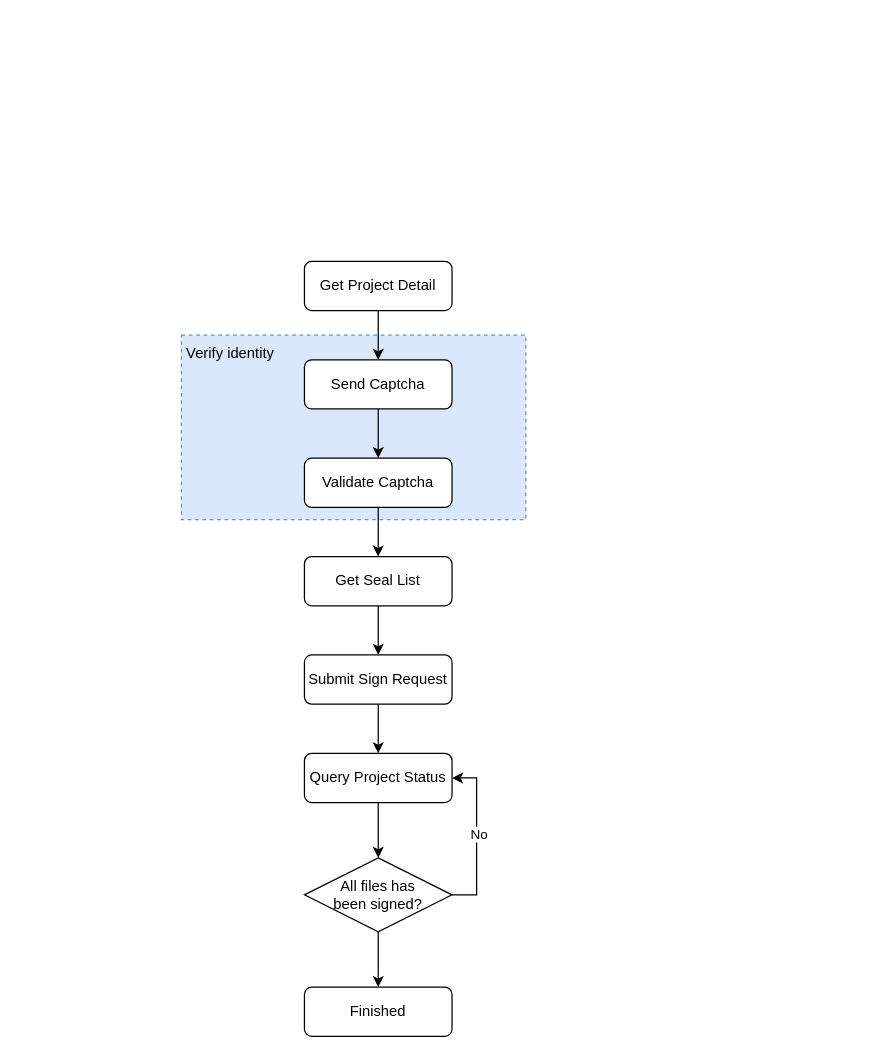
The draw.io diagram sign_flow_2.drawio in fast-dev/fast-dev.github.io, before the edit. Source tidied: cells renumbered, new cells numbered last; positions are measured from the earlier drawing's top-left corner, leaving out a move shared by most shapes. Both pictures are drawn from the tidied source at 123%, with x=0, y=0 at pixel (169, 261).
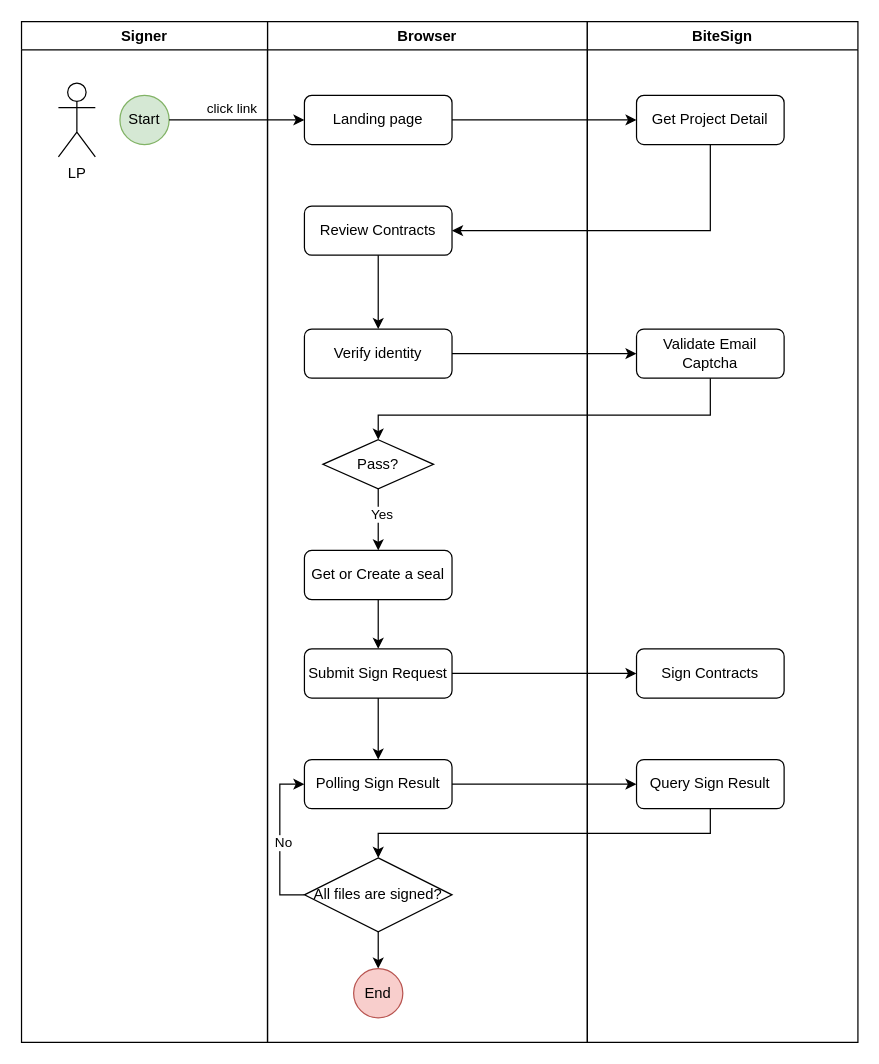
Above is the later version.

The edit, as a diff of the source:
```diff
@@
-    <mxCell id="2" style="rounded=0;whiteSpace=wrap;html=1;fillColor=#dae8fc;strokeColor=#6c8ebf;dashed=1;" parent="1" vertex="1">
-      <mxGeometry x="10" y="60" width="280" height="150" as="geometry" />
-    </mxCell>
-    <mxCell id="3" style="edgeStyle=orthogonalEdgeStyle;rounded=0;jettySize=auto;html=1;" parent="1" edge="1" source="4" target="6">
-      <mxGeometry relative="1" as="geometry" />
-    </mxCell>
+    <mxCell id="21" value="Browser" style="swimlane;whiteSpace=wrap;html=1;" parent="1" vertex="1">
+      <mxGeometry x="80" y="-195" width="260" height="830" as="geometry" />
+    </mxCell>
+    <mxCell id="22" value="Landing page" style="rounded=1;whiteSpace=wrap;html=1;fontSize=12;glass=0;strokeWidth=1;shadow=0;" parent="21" vertex="1">
+      <mxGeometry x="30" y="60" width="120" height="40" as="geometry" />
+    </mxCell>
+    <mxCell id="23" value="Review Contracts" style="rounded=1;whiteSpace=wrap;html=1;fontSize=12;glass=0;strokeWidth=1;shadow=0;" parent="21" vertex="1">
+      <mxGeometry x="30" y="150" width="120" height="40" as="geometry" />
+    </mxCell>
+    <mxCell id="6" value="Verify identity" style="rounded=1;whiteSpace=wrap;html=1;fontSize=12;glass=0;strokeWidth=1;shadow=0;" parent="21" vertex="1">
+      <mxGeometry x="30" y="250" width="120" height="40" as="geometry" />
+    </mxCell>
+    <mxCell id="24" style="edgeStyle=orthogonalEdgeStyle;rounded=0;jettySize=auto;html=1;" parent="21" edge="1" source="23" target="6">
+      <mxGeometry relative="1" as="geometry" />
+    </mxCell>
+    <mxCell id="25" value="Pass?" style="rhombus;whiteSpace=wrap;html=1;" parent="21" vertex="1">
+      <mxGeometry x="45" y="340" width="90" height="40" as="geometry" />
+    </mxCell>
+    <mxCell id="10" value="Get or Create a seal" style="rounded=1;whiteSpace=wrap;html=1;fontSize=12;glass=0;strokeWidth=1;shadow=0;" parent="21" vertex="1">
+      <mxGeometry x="30" y="430" width="120" height="40" as="geometry" />
+    </mxCell>
+    <mxCell id="26" style="edgeStyle=orthogonalEdgeStyle;rounded=0;jettySize=auto;html=1;" parent="21" edge="1" source="25" target="10">
+      <mxGeometry relative="1" as="geometry" />
+    </mxCell>
+    <mxCell id="27" value="Yes" style="edgeLabel;html=1;align=center;verticalAlign=middle;" parent="26" vertex="1">
+      <mxGeometry x="-0.22" y="2" relative="1" as="geometry" />
+    </mxCell>
+    <mxCell id="12" value="Submit Sign Request" style="rounded=1;whiteSpace=wrap;html=1;fontSize=12;glass=0;strokeWidth=1;shadow=0;" parent="21" vertex="1">
+      <mxGeometry x="30" y="510" width="120" height="40" as="geometry" />
+    </mxCell>
+    <mxCell id="9" style="edgeStyle=orthogonalEdgeStyle;rounded=0;jettySize=auto;html=1;" parent="21" edge="1" source="10" target="12">
+      <mxGeometry relative="1" as="geometry" />
+    </mxCell>
+    <mxCell id="14" value="Polling Sign Result" style="rounded=1;whiteSpace=wrap;html=1;fontSize=12;glass=0;strokeWidth=1;shadow=0;" parent="21" vertex="1">
+      <mxGeometry x="30" y="600" width="120" height="40" as="geometry" />
+    </mxCell>
+    <mxCell id="11" style="edgeStyle=orthogonalEdgeStyle;rounded=0;jettySize=auto;html=1;" parent="21" edge="1" source="12" target="14">
+      <mxGeometry relative="1" as="geometry" />
+    </mxCell>
+    <mxCell id="28" value="BiteSign" style="swimlane;whiteSpace=wrap;html=1;" parent="1" vertex="1">
+      <mxGeometry x="340" y="-195" width="220" height="830" as="geometry" />
+    </mxCell>
-    <mxCell id="4" value="Get Project Detail" style="rounded=1;whiteSpace=wrap;html=1;fontSize=12;glass=0;strokeWidth=1;shadow=0;" parent="1" vertex="1">
-      <mxGeometry x="110" width="120" height="40" as="geometry" />
+    <mxCell id="4" value="Get Project Detail" style="rounded=1;whiteSpace=wrap;html=1;fontSize=12;glass=0;strokeWidth=1;shadow=0;" parent="28" vertex="1">
+      <mxGeometry x="40" y="60" width="120" height="40" as="geometry" />
     </mxCell>
-    <mxCell id="5" style="edgeStyle=orthogonalEdgeStyle;rounded=0;jettySize=auto;html=1;" parent="1" edge="1" source="6" target="8">
-      <mxGeometry relative="1" as="geometry" />
-    </mxCell>
-    <mxCell id="6" value="Send Captcha" style="rounded=1;whiteSpace=wrap;html=1;fontSize=12;glass=0;strokeWidth=1;shadow=0;" parent="1" vertex="1">
-      <mxGeometry x="110" y="80" width="120" height="40" as="geometry" />
-    </mxCell>
-    <mxCell id="7" style="edgeStyle=orthogonalEdgeStyle;rounded=0;jettySize=auto;html=1;" parent="1" edge="1" source="8" target="10">
-      <mxGeometry relative="1" as="geometry" />
-    </mxCell>
-    <mxCell id="8" value="Validate Captcha" style="rounded=1;whiteSpace=wrap;html=1;fontSize=12;glass=0;strokeWidth=1;shadow=0;" parent="1" vertex="1">
-      <mxGeometry x="110" y="160" width="120" height="40" as="geometry" />
-    </mxCell>
-    <mxCell id="9" style="edgeStyle=orthogonalEdgeStyle;rounded=0;jettySize=auto;html=1;" parent="1" edge="1" source="10" target="12">
-      <mxGeometry relative="1" as="geometry" />
-    </mxCell>
-    <mxCell id="10" value="Get Seal List" style="rounded=1;whiteSpace=wrap;html=1;fontSize=12;glass=0;strokeWidth=1;shadow=0;" parent="1" vertex="1">
-      <mxGeometry x="110" y="240" width="120" height="40" as="geometry" />
-    </mxCell>
-    <mxCell id="11" style="edgeStyle=orthogonalEdgeStyle;rounded=0;jettySize=auto;html=1;" parent="1" edge="1" source="12" target="14">
-      <mxGeometry relative="1" as="geometry" />
-    </mxCell>
-    <mxCell id="12" value="Submit Sign Request" style="rounded=1;whiteSpace=wrap;html=1;fontSize=12;glass=0;strokeWidth=1;shadow=0;" parent="1" vertex="1">
-      <mxGeometry x="110" y="320" width="120" height="40" as="geometry" />
-    </mxCell>
-    <mxCell id="13" style="edgeStyle=orthogonalEdgeStyle;rounded=0;jettySize=auto;html=1;" parent="1" edge="1" source="14" target="18">
-      <mxGeometry relative="1" as="geometry" />
-    </mxCell>
-    <mxCell id="14" value="Query Project Status" style="rounded=1;whiteSpace=wrap;html=1;fontSize=12;glass=0;strokeWidth=1;shadow=0;" parent="1" vertex="1">
-      <mxGeometry x="110" y="400" width="120" height="40" as="geometry" />
-    </mxCell>
+    <mxCell id="29" value="Validate Email Captcha" style="rounded=1;whiteSpace=wrap;html=1;fontSize=12;glass=0;strokeWidth=1;shadow=0;" parent="28" vertex="1">
+      <mxGeometry x="40" y="250" width="120" height="40" as="geometry" />
+    </mxCell>
+    <mxCell id="30" value="Sign Contracts" style="rounded=1;whiteSpace=wrap;html=1;fontSize=12;glass=0;strokeWidth=1;shadow=0;" parent="28" vertex="1">
+      <mxGeometry x="40" y="510" width="120" height="40" as="geometry" />
+    </mxCell>
+    <mxCell id="31" value="Query Sign Result" style="rounded=1;whiteSpace=wrap;html=1;fontSize=12;glass=0;strokeWidth=1;shadow=0;" parent="28" vertex="1">
+      <mxGeometry x="40" y="600" width="120" height="40" as="geometry" />
+    </mxCell>
+    <mxCell id="32" value="Signer" style="swimlane;whiteSpace=wrap;html=1;" parent="1" vertex="1">
+      <mxGeometry x="-120" y="-195" width="200" height="830" as="geometry" />
+    </mxCell>
+    <mxCell id="33" value="Start" style="ellipse;whiteSpace=wrap;html=1;fillColor=#d5e8d4;strokeColor=#82b366;" parent="32" vertex="1">
+      <mxGeometry x="80" y="60" width="40" height="40" as="geometry" />
+    </mxCell>
+    <mxCell id="34" value="LP" style="shape=umlActor;verticalLabelPosition=bottom;verticalAlign=top;html=1;" parent="32" vertex="1">
+      <mxGeometry x="30" y="50" width="30" height="60" as="geometry" />
+    </mxCell>
+    <mxCell id="35" style="edgeStyle=orthogonalEdgeStyle;rounded=0;jettySize=auto;html=1;" parent="1" edge="1" source="33" target="22">
+      <mxGeometry relative="1" as="geometry" />
+    </mxCell>
+    <mxCell id="36" value="click link" style="edgeLabel;html=1;align=center;verticalAlign=middle;" parent="35" vertex="1">
+      <mxGeometry x="0.02" y="-2" relative="1" as="geometry">
+        <mxPoint x="-6" y="-12" as="offset" />
+      </mxGeometry>
+    </mxCell>
+    <mxCell id="37" style="edgeStyle=orthogonalEdgeStyle;rounded=0;jettySize=auto;html=1;entryX=0;entryY=0.5;entryDx=0;entryDy=0;" parent="1" edge="1" source="22" target="4">
+      <mxGeometry relative="1" as="geometry" />
+    </mxCell>
+    <mxCell id="38" style="edgeStyle=orthogonalEdgeStyle;rounded=0;jettySize=auto;html=1;" parent="1" edge="1" source="4" target="23">
+      <mxGeometry relative="1" as="geometry">
+        <Array as="points">
+          <mxPoint x="440" y="-25" />
+        </Array>
+      </mxGeometry>
+    </mxCell>
+    <mxCell id="39" style="edgeStyle=orthogonalEdgeStyle;rounded=0;jettySize=auto;html=1;entryX=0;entryY=0.5;entryDx=0;entryDy=0;" parent="1" edge="1" source="6" target="29">
+      <mxGeometry relative="1" as="geometry">
+        <Array as="points">
+          <mxPoint x="360" y="75" />
+          <mxPoint x="360" y="75" />
+        </Array>
+      </mxGeometry>
+    </mxCell>
+    <mxCell id="40" style="edgeStyle=orthogonalEdgeStyle;rounded=0;jettySize=auto;html=1;entryX=0.5;entryY=0;entryDx=0;entryDy=0;" parent="1" edge="1" source="29" target="25">
+      <mxGeometry relative="1" as="geometry">
+        <Array as="points">
+          <mxPoint x="440" y="125" />
+          <mxPoint x="170" y="125" />
+        </Array>
+      </mxGeometry>
+    </mxCell>
+    <mxCell id="41" style="edgeStyle=orthogonalEdgeStyle;rounded=0;jettySize=auto;html=1;entryX=0;entryY=0.5;entryDx=0;entryDy=0;" parent="1" edge="1" source="12" target="30">
+      <mxGeometry relative="1" as="geometry" />
+    </mxCell>
-    <mxCell id="15" style="edgeStyle=orthogonalEdgeStyle;rounded=0;jettySize=auto;html=1;entryX=1;entryY=0.5;entryDx=0;entryDy=0;" parent="1" edge="1" source="18" target="14">
+    <mxCell id="15" style="edgeStyle=orthogonalEdgeStyle;rounded=0;jettySize=auto;html=1;entryX=0;entryY=0.5;entryDx=0;entryDy=0;" parent="1" edge="1" source="18" target="14">
       <mxGeometry relative="1" as="geometry">
         <Array as="points">
-          <mxPoint x="250" y="515" />
-          <mxPoint x="250" y="420" />
+          <mxPoint x="90" y="515" />
+          <mxPoint x="90" y="425" />
         </Array>
       </mxGeometry>
     </mxCell>
     <mxCell id="16" value="No" style="edgeLabel;html=1;align=center;verticalAlign=middle;" parent="15" vertex="1">
-      <mxGeometry x="0.04" y="-1" relative="1" as="geometry" />
+      <mxGeometry x="-0.03" y="-2" relative="1" as="geometry" />
     </mxCell>
-    <mxCell id="17" style="edgeStyle=orthogonalEdgeStyle;rounded=0;jettySize=auto;html=1;" parent="1" edge="1" source="18" target="19">
-      <mxGeometry relative="1" as="geometry" />
-    </mxCell>
+    <mxCell id="42" style="edgeStyle=orthogonalEdgeStyle;rounded=0;jettySize=auto;html=1;" parent="1" edge="1" source="18" target="43">
+      <mxGeometry relative="1" as="geometry" />
+    </mxCell>
-    <mxCell id="18" value="All files has &lt;br&gt;been signed?" style="rhombus;whiteSpace=wrap;html=1;" parent="1" vertex="1">
+    <mxCell id="18" value="All files are signed?" style="rhombus;whiteSpace=wrap;html=1;" parent="1" vertex="1">
       <mxGeometry x="110" y="485" width="120" height="60" as="geometry" />
     </mxCell>
-    <mxCell id="19" value="Finished" style="rounded=1;whiteSpace=wrap;html=1;fontSize=12;glass=0;strokeWidth=1;shadow=0;" parent="1" vertex="1">
-      <mxGeometry x="110" y="590" width="120" height="40" as="geometry" />
-    </mxCell>
-    <mxCell id="20" value="Verify identity" style="text;html=1;strokeColor=none;fillColor=none;align=center;verticalAlign=middle;whiteSpace=wrap;rounded=0;" parent="1" vertex="1">
-      <mxGeometry y="60" width="100" height="30" as="geometry" />
-    </mxCell>
+    <mxCell id="43" value="End" style="ellipse;whiteSpace=wrap;html=1;fillColor=#f8cecc;strokeColor=#b85450;" parent="1" vertex="1">
+      <mxGeometry x="150" y="575" width="40" height="40" as="geometry" />
+    </mxCell>
+    <mxCell id="44" style="edgeStyle=orthogonalEdgeStyle;rounded=0;jettySize=auto;html=1;" parent="1" edge="1" source="14" target="31">
+      <mxGeometry relative="1" as="geometry" />
+    </mxCell>
+    <mxCell id="45" style="edgeStyle=orthogonalEdgeStyle;rounded=0;jettySize=auto;html=1;entryX=0.5;entryY=0;entryDx=0;entryDy=0;" parent="1" edge="1" source="31" target="18">
+      <mxGeometry relative="1" as="geometry">
+        <Array as="points">
+          <mxPoint x="440" y="465" />
+          <mxPoint x="170" y="465" />
+        </Array>
+      </mxGeometry>
+    </mxCell>
```
